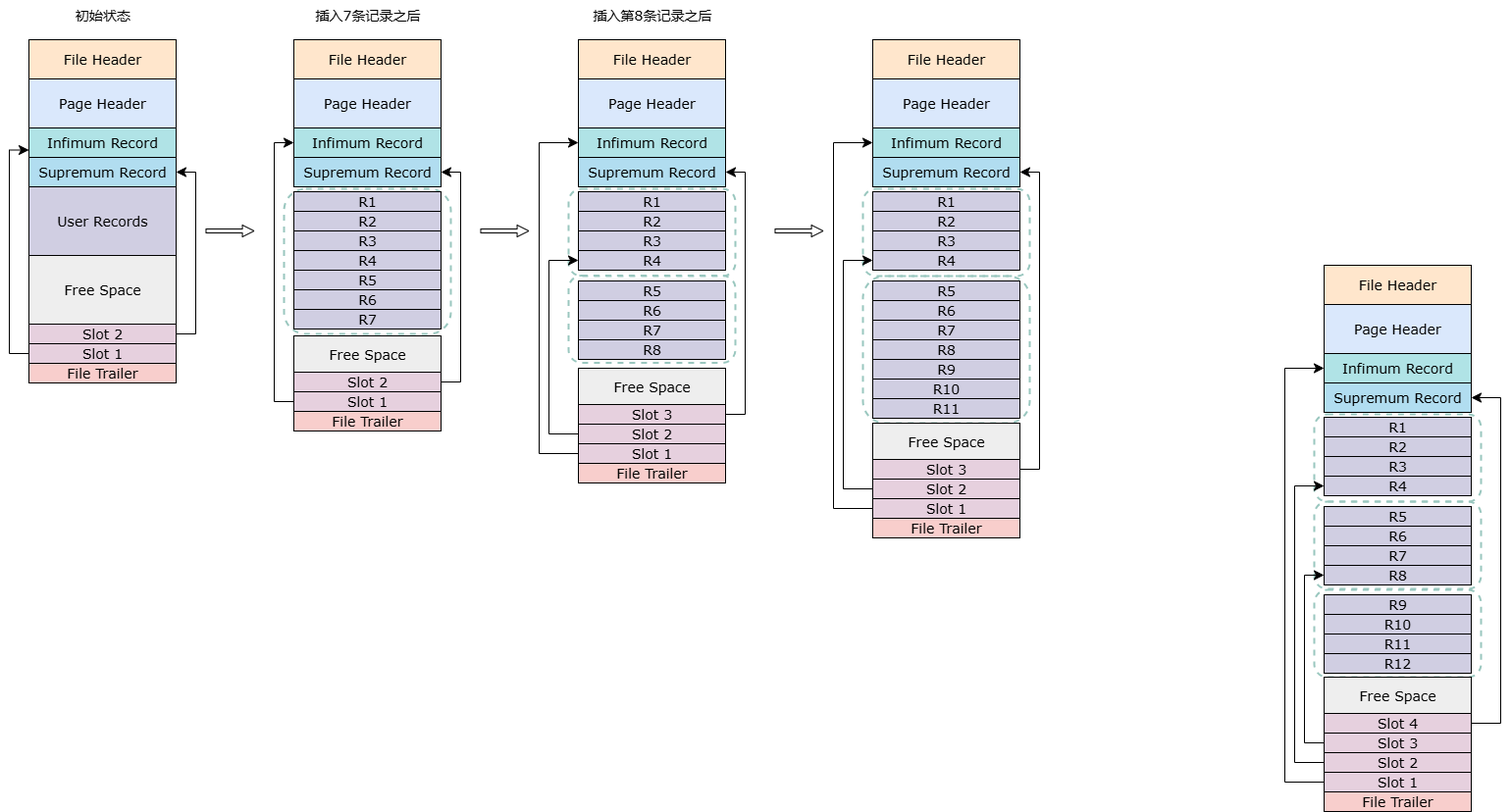
Earlier version of the draw.io export mysql/InnoDB索引页记录分组过程drawio.png (guxdong/imgrepo). Source tidied: cells renumbered, new cells last; positions are measured from the earlier drawing's top-left corner, leaving out a move shared by most shapes.
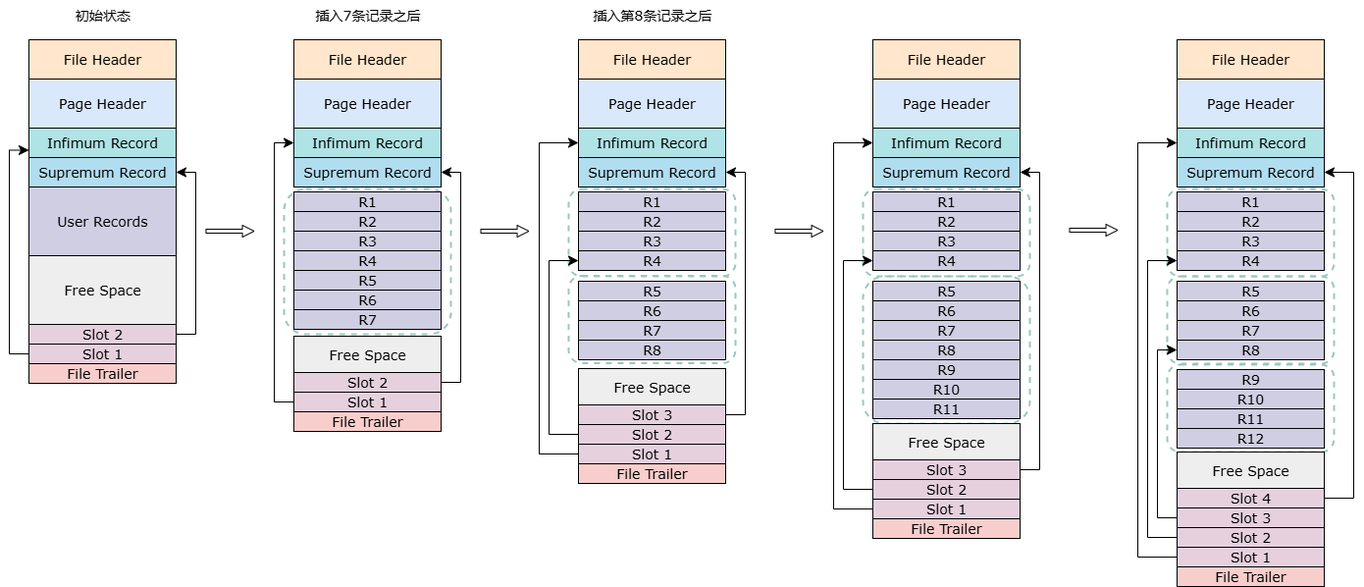
The same file after the commit.

Commit message:
更新InnoDB索引页记录分组过程drawio.png

The edit, as a diff of the source:
```diff
@@ -3,7 +3,7 @@
     <mxCell id="0" />
     <mxCell id="1" parent="0" />
     <mxCell id="2" style="rounded=1;whiteSpace=wrap;html=1;dashed=1;fillColor=none;strokeColor=#9AC7BF;strokeWidth=2;" parent="1" vertex="1">
-      <mxGeometry x="1330" y="511" width="170" height="89" as="geometry" />
+      <mxGeometry x="1180" y="281" width="170" height="89" as="geometry" />
     </mxCell>
     <mxCell id="3" style="rounded=1;whiteSpace=wrap;html=1;dashed=1;fillColor=none;strokeColor=#9AC7BF;strokeWidth=2;" parent="1" vertex="1">
       <mxGeometry x="570" y="280.5" width="170" height="89" as="geometry" />
@@ -287,40 +287,40 @@
       </mxGeometry>
     </mxCell>
     <mxCell id="83" style="rounded=1;whiteSpace=wrap;html=1;dashed=1;fillColor=none;strokeColor=#9AC7BF;strokeWidth=2;" parent="1" vertex="1">
-      <mxGeometry x="1330" y="601" width="170" height="89" as="geometry" />
+      <mxGeometry x="1180" y="371" width="170" height="89" as="geometry" />
     </mxCell>
     <mxCell id="84" style="rounded=1;whiteSpace=wrap;html=1;dashed=1;fillColor=none;strokeColor=#9AC7BF;strokeWidth=2;" parent="1" vertex="1">
-      <mxGeometry x="1330" y="422" width="170" height="89" as="geometry" />
+      <mxGeometry x="1180" y="192" width="170" height="89" as="geometry" />
     </mxCell>
     <mxCell id="85" value="R8" style="rounded=0;whiteSpace=wrap;html=1;fontFamily=Verdana;fontSize=14;fillColor=#d0cee2;strokeColor=default;" parent="1" vertex="1">
-      <mxGeometry x="1340" y="576" width="150" height="20" as="geometry" />
+      <mxGeometry x="1190" y="346" width="150" height="20" as="geometry" />
     </mxCell>
     <mxCell id="86" value="File Header" style="rounded=0;whiteSpace=wrap;html=1;fontFamily=Verdana;fontSize=14;fillColor=#ffe6cc;strokeColor=default;" parent="1" vertex="1">
-      <mxGeometry x="1340" y="270" width="150" height="40" as="geometry" />
+      <mxGeometry x="1190" y="40" width="150" height="40" as="geometry" />
     </mxCell>
     <mxCell id="87" value="Page Header" style="rounded=0;whiteSpace=wrap;html=1;fontFamily=Verdana;fontSize=14;fillColor=#dae8fc;strokeColor=default;" parent="1" vertex="1">
-      <mxGeometry x="1340" y="310" width="150" height="50" as="geometry" />
+      <mxGeometry x="1190" y="80" width="150" height="50" as="geometry" />
     </mxCell>
     <mxCell id="88" value="Infimum Record" style="rounded=0;whiteSpace=wrap;html=1;fontFamily=Verdana;fontSize=14;fillColor=#b0e3e6;strokeColor=default;" parent="1" vertex="1">
-      <mxGeometry x="1340" y="360" width="150" height="30" as="geometry" />
+      <mxGeometry x="1190" y="130" width="150" height="30" as="geometry" />
     </mxCell>
     <mxCell id="89" value="Supremum Record" style="rounded=0;whiteSpace=wrap;html=1;fontFamily=Verdana;fontSize=14;fillColor=#b1ddf0;strokeColor=default;" parent="1" vertex="1">
-      <mxGeometry x="1340" y="390" width="150" height="30" as="geometry" />
+      <mxGeometry x="1190" y="160" width="150" height="30" as="geometry" />
     </mxCell>
     <mxCell id="90" value="Free Space" style="rounded=0;whiteSpace=wrap;html=1;fontFamily=Verdana;fontSize=14;fillColor=#eeeeee;strokeColor=default;" parent="1" vertex="1">
-      <mxGeometry x="1340" y="690" width="150" height="37" as="geometry" />
+      <mxGeometry x="1190" y="460" width="150" height="37" as="geometry" />
     </mxCell>
     <mxCell id="91" value="File Trailer" style="rounded=0;whiteSpace=wrap;html=1;fontFamily=Verdana;fontSize=14;fillColor=#f8cecc;strokeColor=default;" parent="1" vertex="1">
-      <mxGeometry x="1340" y="807" width="150" height="20" as="geometry" />
+      <mxGeometry x="1190" y="577" width="150" height="20" as="geometry" />
     </mxCell>
     <mxCell id="92" style="group;" parent="1" vertex="1">
-      <mxGeometry x="1340" y="727" width="150" height="20" as="geometry" />
+      <mxGeometry x="1190" y="497" width="150" height="20" as="geometry" />
     </mxCell>
     <mxCell id="93" value="Slot 4" style="rounded=0;whiteSpace=wrap;html=1;fontFamily=Verdana;fontSize=14;fillColor=#E6D0DE;strokeColor=default;" parent="92" vertex="1">
       <mxGeometry width="150" height="20" as="geometry" />
     </mxCell>
     <mxCell id="94" style="group;" parent="1" vertex="1">
-      <mxGeometry x="1340" y="787" width="150" height="20" as="geometry" />
+      <mxGeometry x="1190" y="557" width="150" height="20" as="geometry" />
     </mxCell>
     <mxCell id="95" value="Slot 1" style="rounded=0;whiteSpace=wrap;html=1;fontFamily=Verdana;fontSize=14;fillColor=#E6D0DE;strokeColor=default;" parent="94" vertex="1">
       <mxGeometry width="150" height="20" as="geometry" />
@@ -328,42 +328,42 @@
     <mxCell id="96" style="edgeStyle=elbowEdgeStyle;elbow=vertical;endArrow=classic;html=1;curved=0;rounded=0;endSize=8;startSize=8;entryX=1;entryY=0.5;entryDx=0;entryDy=0;exitX=1;exitY=0.5;exitDx=0;exitDy=0;" parent="1" edge="1" source="93" target="89">
       <mxGeometry relative="1" as="geometry">
         <Array as="points">
-          <mxPoint x="1520" y="550" />
-          <mxPoint x="1530" y="530" />
-          <mxPoint x="1510" y="490" />
+          <mxPoint x="1370" y="320" />
+          <mxPoint x="1380" y="300" />
+          <mxPoint x="1360" y="260" />
         </Array>
       </mxGeometry>
     </mxCell>
     <mxCell id="97" style="edgeStyle=elbowEdgeStyle;elbow=vertical;endArrow=classic;html=1;curved=0;rounded=0;endSize=8;startSize=8;entryX=0;entryY=0.5;entryDx=0;entryDy=0;exitX=0;exitY=0.5;exitDx=0;exitDy=0;" parent="1" edge="1" source="95" target="88">
       <mxGeometry relative="1" as="geometry">
         <Array as="points">
-          <mxPoint x="1300" y="620" />
+          <mxPoint x="1150" y="390" />
         </Array>
       </mxGeometry>
     </mxCell>
     <mxCell id="98" value="R1" style="rounded=0;whiteSpace=wrap;html=1;fontFamily=Verdana;fontSize=14;fillColor=#d0cee2;strokeColor=default;" parent="1" vertex="1">
-      <mxGeometry x="1340" y="425" width="150" height="20" as="geometry" />
+      <mxGeometry x="1190" y="195" width="150" height="20" as="geometry" />
     </mxCell>
     <mxCell id="99" value="R2" style="rounded=0;whiteSpace=wrap;html=1;fontFamily=Verdana;fontSize=14;fillColor=#d0cee2;strokeColor=default;" parent="1" vertex="1">
-      <mxGeometry x="1340" y="445" width="150" height="20" as="geometry" />
+      <mxGeometry x="1190" y="215" width="150" height="20" as="geometry" />
     </mxCell>
     <mxCell id="100" value="R3" style="rounded=0;whiteSpace=wrap;html=1;fontFamily=Verdana;fontSize=14;fillColor=#d0cee2;strokeColor=default;" parent="1" vertex="1">
-      <mxGeometry x="1340" y="465" width="150" height="20" as="geometry" />
+      <mxGeometry x="1190" y="235" width="150" height="20" as="geometry" />
     </mxCell>
     <mxCell id="101" value="R4" style="rounded=0;whiteSpace=wrap;html=1;fontFamily=Verdana;fontSize=14;fillColor=#d0cee2;strokeColor=default;" parent="1" vertex="1">
-      <mxGeometry x="1340" y="485" width="150" height="20" as="geometry" />
+      <mxGeometry x="1190" y="255" width="150" height="20" as="geometry" />
     </mxCell>
     <mxCell id="102" value="R5" style="rounded=0;whiteSpace=wrap;html=1;fontFamily=Verdana;fontSize=14;fillColor=#d0cee2;strokeColor=default;" parent="1" vertex="1">
-      <mxGeometry x="1340" y="516" width="150" height="20" as="geometry" />
+      <mxGeometry x="1190" y="286" width="150" height="20" as="geometry" />
     </mxCell>
     <mxCell id="103" value="R6" style="rounded=0;whiteSpace=wrap;html=1;fontFamily=Verdana;fontSize=14;fillColor=#d0cee2;strokeColor=default;" parent="1" vertex="1">
-      <mxGeometry x="1340" y="536" width="150" height="20" as="geometry" />
+      <mxGeometry x="1190" y="306" width="150" height="20" as="geometry" />
     </mxCell>
     <mxCell id="104" value="R7" style="rounded=0;whiteSpace=wrap;html=1;fontFamily=Verdana;fontSize=14;fillColor=#d0cee2;strokeColor=default;" parent="1" vertex="1">
-      <mxGeometry x="1340" y="556" width="150" height="20" as="geometry" />
+      <mxGeometry x="1190" y="326" width="150" height="20" as="geometry" />
     </mxCell>
     <mxCell id="105" style="group;" parent="1" vertex="1">
-      <mxGeometry x="1340" y="767" width="150" height="20" as="geometry" />
+      <mxGeometry x="1190" y="537" width="150" height="20" as="geometry" />
     </mxCell>
     <mxCell id="106" value="Slot 2" style="rounded=0;whiteSpace=wrap;html=1;fontFamily=Verdana;fontSize=14;fillColor=#E6D0DE;strokeColor=default;" parent="105" vertex="1">
       <mxGeometry width="150" height="20" as="geometry" />
@@ -371,24 +371,24 @@
     <mxCell id="107" style="edgeStyle=elbowEdgeStyle;elbow=vertical;endArrow=classic;html=1;curved=0;rounded=0;endSize=8;startSize=8;entryX=0;entryY=0.5;entryDx=0;entryDy=0;exitX=0;exitY=0.5;exitDx=0;exitDy=0;" parent="1" edge="1" source="106" target="101">
       <mxGeometry relative="1" as="geometry">
         <Array as="points">
-          <mxPoint x="1310" y="660" />
+          <mxPoint x="1160" y="430" />
         </Array>
       </mxGeometry>
     </mxCell>
     <mxCell id="108" value="R9" style="rounded=0;whiteSpace=wrap;html=1;fontFamily=Verdana;fontSize=14;fillColor=#d0cee2;strokeColor=default;" parent="1" vertex="1">
-      <mxGeometry x="1340" y="606" width="150" height="20" as="geometry" />
+      <mxGeometry x="1190" y="376" width="150" height="20" as="geometry" />
     </mxCell>
     <mxCell id="109" value="R10" style="rounded=0;whiteSpace=wrap;html=1;fontFamily=Verdana;fontSize=14;fillColor=#d0cee2;strokeColor=default;" parent="1" vertex="1">
-      <mxGeometry x="1340" y="626" width="150" height="20" as="geometry" />
+      <mxGeometry x="1190" y="396" width="150" height="20" as="geometry" />
     </mxCell>
     <mxCell id="110" value="R11" style="rounded=0;whiteSpace=wrap;html=1;fontFamily=Verdana;fontSize=14;fillColor=#d0cee2;strokeColor=default;" parent="1" vertex="1">
-      <mxGeometry x="1340" y="646" width="150" height="20" as="geometry" />
+      <mxGeometry x="1190" y="416" width="150" height="20" as="geometry" />
     </mxCell>
     <mxCell id="111" value="R12" style="rounded=0;whiteSpace=wrap;html=1;fontFamily=Verdana;fontSize=14;fillColor=#d0cee2;strokeColor=default;" parent="1" vertex="1">
-      <mxGeometry x="1340" y="666" width="150" height="20" as="geometry" />
+      <mxGeometry x="1190" y="436" width="150" height="20" as="geometry" />
     </mxCell>
     <mxCell id="112" style="group;" parent="1" vertex="1">
-      <mxGeometry x="1340" y="747" width="150" height="20" as="geometry" />
+      <mxGeometry x="1190" y="517" width="150" height="20" as="geometry" />
     </mxCell>
     <mxCell id="113" value="Slot 3" style="rounded=0;whiteSpace=wrap;html=1;fontFamily=Verdana;fontSize=14;fillColor=#E6D0DE;strokeColor=default;" parent="112" vertex="1">
       <mxGeometry width="150" height="20" as="geometry" />
@@ -396,7 +396,7 @@
     <mxCell id="114" style="edgeStyle=elbowEdgeStyle;elbow=vertical;endArrow=classic;html=1;curved=0;rounded=0;endSize=8;startSize=8;exitX=0;exitY=0.5;exitDx=0;exitDy=0;entryX=0;entryY=0.5;entryDx=0;entryDy=0;" parent="1" edge="1" source="113" target="85">
       <mxGeometry relative="1" as="geometry">
         <Array as="points">
-          <mxPoint x="1320" y="670" />
+          <mxPoint x="1170" y="440" />
         </Array>
       </mxGeometry>
     </mxCell>
@@ -429,5 +429,11 @@
         </Array>
       </mxGeometry>
     </mxCell>
+    <mxCell id="122" style="shape=flexArrow;endArrow=classic;html=1;rounded=0;width=4.015444015444015;endSize=3.6486486486486487;endWidth=6.935483870967742;" parent="1" edge="1">
+      <mxGeometry relative="1" as="geometry">
+        <mxPoint x="1080" y="234" as="sourcePoint" />
+        <mxPoint x="1130" y="234" as="targetPoint" />
+      </mxGeometry>
+    </mxCell>
   </root>
 </mxGraphModel>
```
